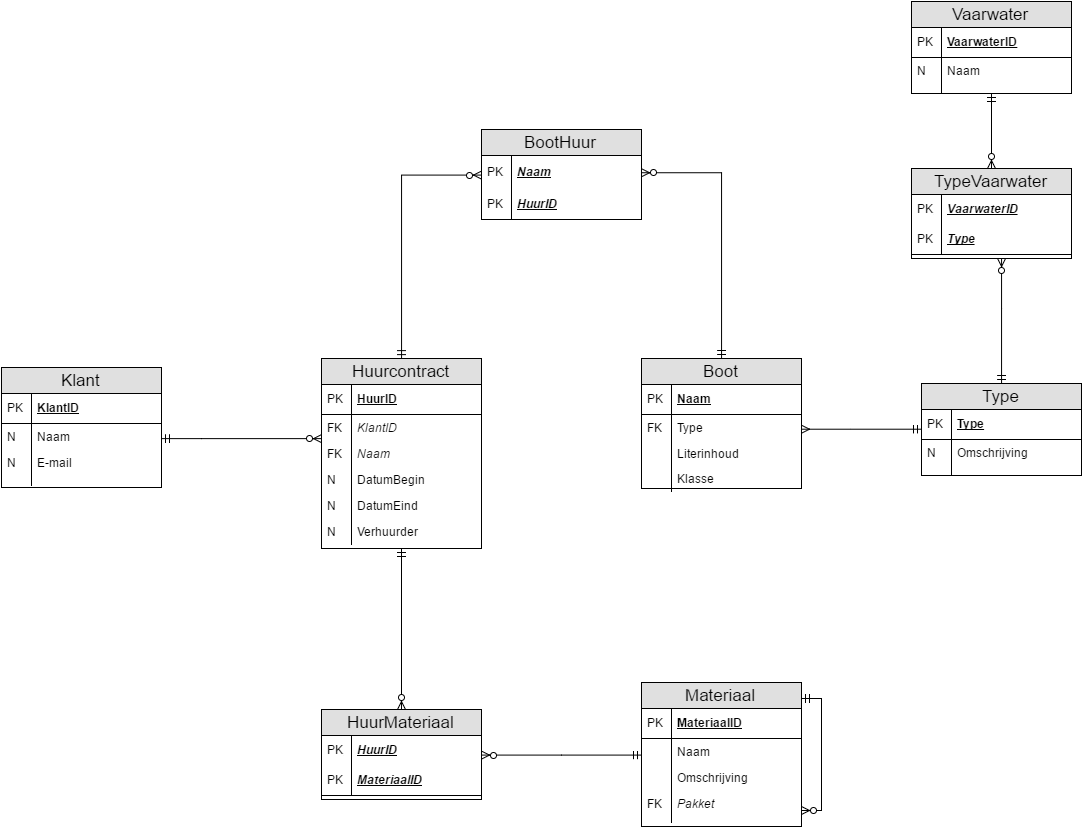
Earlier version of the draw.io export Documentatie/Database model 't Sloepke.png (FireRageNL/LivePerformance). Source tidied: cells renumbered, new cells last; positions are measured from the earlier drawing's top-left corner, leaving out a move shared by most shapes.
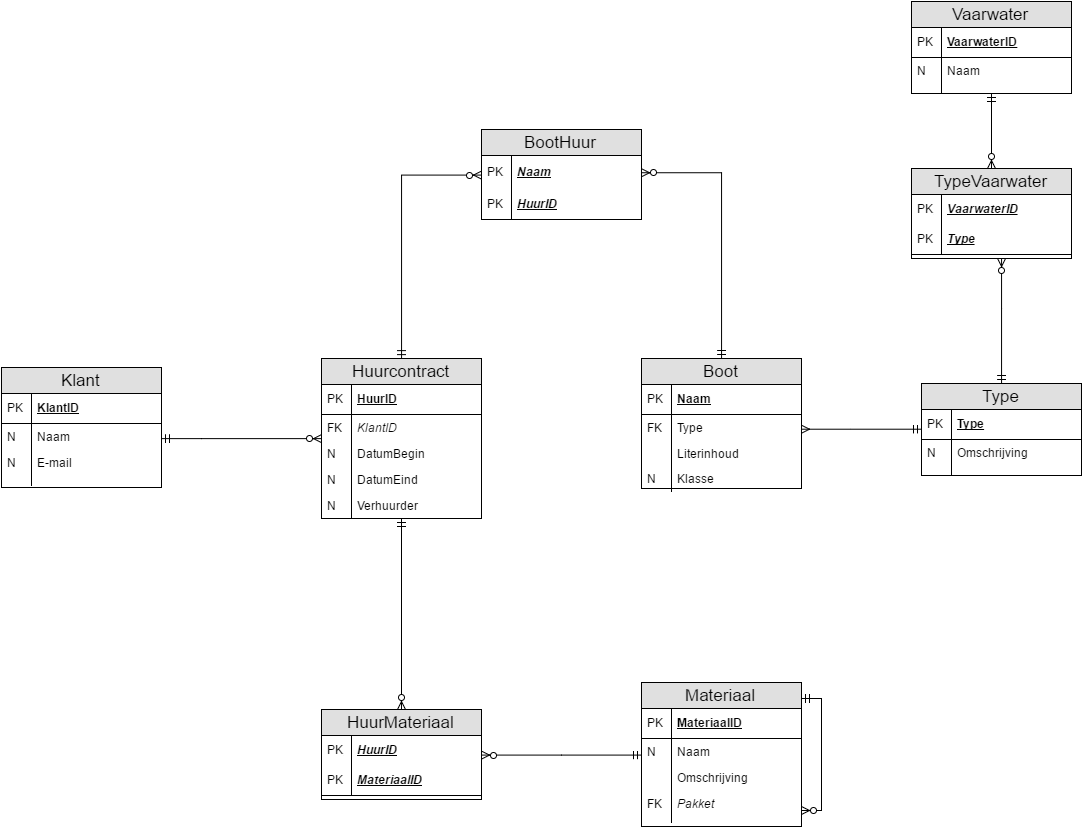
The same diagram one commit later.

Commit message:
Kleine aanpassing aan database model en create script van bootverhuur af.

What changed in the source:
```diff
@@ -38,7 +38,7 @@
       <mxGeometry width="30" height="10" as="geometry" />
     </mxCell>
     <mxCell id="12" value="Huurcontract" style="swimlane;html=1;fontStyle=0;horizontal=1;startSize=26;fillColor=#e0e0e0;swimlaneFillColor=#ffffff;align=center;fontSize=17;" parent="1" vertex="1">
-      <mxGeometry x="320" y="357" width="160" height="190" as="geometry" />
+      <mxGeometry x="320" y="357" width="160" height="160" as="geometry" />
     </mxCell>
     <mxCell id="13" value="HuurID" style="shape=partialRectangle;top=0;left=0;right=0;bottom=1;html=1;align=left;verticalAlign=middle;fillColor=none;spacingLeft=34;spacingRight=4;whiteSpace=wrap;overflow=hidden;fontStyle=5;" parent="12" vertex="1">
       <mxGeometry y="26" width="160" height="30" as="geometry" />
@@ -52,24 +52,24 @@
     <mxCell id="16" value="FK" style="shape=partialRectangle;top=0;left=0;bottom=0;html=1;fillColor=none;align=left;verticalAlign=top;spacingLeft=4;spacingRight=4;whiteSpace=wrap;overflow=hidden;" parent="15" vertex="1">
       <mxGeometry width="30" height="26" as="geometry" />
     </mxCell>
-    <mxCell id="17" value="&lt;i&gt;Naam&lt;/i&gt;" style="shape=partialRectangle;top=0;left=0;right=0;bottom=0;html=1;align=left;verticalAlign=top;fillColor=none;spacingLeft=34;spacingRight=4;whiteSpace=wrap;overflow=hidden;" parent="12" vertex="1">
-      <mxGeometry y="82" width="160" height="26" as="geometry" />
-    </mxCell>
-    <mxCell id="18" value="FK" style="shape=partialRectangle;top=0;left=0;bottom=0;html=1;fillColor=none;align=left;verticalAlign=top;spacingLeft=4;spacingRight=4;whiteSpace=wrap;overflow=hidden;" parent="17" vertex="1">
-      <mxGeometry width="30" height="26" as="geometry" />
-    </mxCell>
     <mxCell id="19" value="DatumBegin" style="shape=partialRectangle;top=0;left=0;right=0;bottom=0;html=1;align=left;verticalAlign=top;fillColor=none;spacingLeft=34;spacingRight=4;whiteSpace=wrap;overflow=hidden;" parent="12" vertex="1">
-      <mxGeometry y="108" width="160" height="26" as="geometry" />
+      <mxGeometry y="82" width="160" height="26" as="geometry" />
     </mxCell>
     <mxCell id="20" value="N" style="shape=partialRectangle;top=0;left=0;bottom=0;html=1;fillColor=none;align=left;verticalAlign=top;spacingLeft=4;spacingRight=4;whiteSpace=wrap;overflow=hidden;" parent="19" vertex="1">
       <mxGeometry width="30" height="26" as="geometry" />
     </mxCell>
     <mxCell id="21" value="DatumEind" style="shape=partialRectangle;top=0;left=0;right=0;bottom=0;html=1;align=left;verticalAlign=top;fillColor=none;spacingLeft=34;spacingRight=4;whiteSpace=wrap;overflow=hidden;" parent="12" vertex="1">
-      <mxGeometry y="134" width="160" height="26" as="geometry" />
+      <mxGeometry y="108" width="160" height="26" as="geometry" />
     </mxCell>
     <mxCell id="22" value="N" style="shape=partialRectangle;top=0;left=0;bottom=0;html=1;fillColor=none;align=left;verticalAlign=top;spacingLeft=4;spacingRight=4;whiteSpace=wrap;overflow=hidden;" parent="21" vertex="1">
       <mxGeometry width="30" height="26" as="geometry" />
     </mxCell>
+    <mxCell id="76" value="Verhuurder" style="shape=partialRectangle;top=0;left=0;right=0;bottom=0;html=1;align=left;verticalAlign=top;fillColor=none;spacingLeft=34;spacingRight=4;whiteSpace=wrap;overflow=hidden;" parent="12" vertex="1">
+      <mxGeometry y="134" width="160" height="26" as="geometry" />
+    </mxCell>
+    <mxCell id="77" value="N" style="shape=partialRectangle;top=0;left=0;bottom=0;html=1;fillColor=none;align=left;verticalAlign=top;spacingLeft=4;spacingRight=4;whiteSpace=wrap;overflow=hidden;" parent="76" vertex="1">
+      <mxGeometry width="30" height="26" as="geometry" />
+    </mxCell>
     <mxCell id="23" style="edgeStyle=orthogonalEdgeStyle;rounded=0;html=1;entryX=1;entryY=0.5;startArrow=ERmandOne;startFill=0;endArrow=ERzeroToMany;endFill=1;jettySize=auto;strokeColor=#000000;fontSize=17;" parent="1" edge="1" source="24" target="72">
       <mxGeometry relative="1" as="geometry" />
     </mxCell>
@@ -160,7 +160,7 @@
     <mxCell id="49" value="Naam" style="shape=partialRectangle;top=0;left=0;right=0;bottom=0;html=1;align=left;verticalAlign=top;fillColor=none;spacingLeft=34;spacingRight=4;whiteSpace=wrap;overflow=hidden;" parent="46" vertex="1">
       <mxGeometry y="56" width="160" height="26" as="geometry" />
     </mxCell>
-    <mxCell id="50" style="shape=partialRectangle;top=0;left=0;bottom=0;html=1;fillColor=none;align=left;verticalAlign=top;spacingLeft=4;spacingRight=4;whiteSpace=wrap;overflow=hidden;" parent="49" vertex="1">
+    <mxCell id="50" value="N" style="shape=partialRectangle;top=0;left=0;bottom=0;html=1;fillColor=none;align=left;verticalAlign=top;spacingLeft=4;spacingRight=4;whiteSpace=wrap;overflow=hidden;" parent="49" vertex="1">
       <mxGeometry width="30" height="26" as="geometry" />
     </mxCell>
     <mxCell id="51" value="Omschrijving" style="shape=partialRectangle;top=0;left=0;right=0;bottom=0;html=1;align=left;verticalAlign=top;fillColor=none;spacingLeft=34;spacingRight=4;whiteSpace=wrap;overflow=hidden;" parent="46" vertex="1">
@@ -251,16 +251,10 @@
     <mxCell id="75" value="PK" style="shape=partialRectangle;top=0;left=0;bottom=0;html=1;fillColor=none;align=left;verticalAlign=middle;spacingLeft=4;spacingRight=4;whiteSpace=wrap;overflow=hidden;" parent="74" vertex="1">
       <mxGeometry width="30" height="30" as="geometry" />
     </mxCell>
-    <mxCell id="76" value="Verhuurder" style="shape=partialRectangle;top=0;left=0;right=0;bottom=0;html=1;align=left;verticalAlign=top;fillColor=none;spacingLeft=34;spacingRight=4;whiteSpace=wrap;overflow=hidden;" parent="1" vertex="1">
-      <mxGeometry x="320" y="517" width="160" height="26" as="geometry" />
-    </mxCell>
-    <mxCell id="77" value="N" style="shape=partialRectangle;top=0;left=0;bottom=0;html=1;fillColor=none;align=left;verticalAlign=top;spacingLeft=4;spacingRight=4;whiteSpace=wrap;overflow=hidden;" parent="76" vertex="1">
-      <mxGeometry width="30" height="26" as="geometry" />
-    </mxCell>
     <mxCell id="78" value="Klasse" style="shape=partialRectangle;top=0;left=0;right=0;bottom=0;html=1;align=left;verticalAlign=top;fillColor=none;spacingLeft=34;spacingRight=4;whiteSpace=wrap;overflow=hidden;" parent="1" vertex="1">
       <mxGeometry x="640" y="464" width="160" height="26" as="geometry" />
     </mxCell>
-    <mxCell id="79" style="shape=partialRectangle;top=0;left=0;bottom=0;html=1;fillColor=none;align=left;verticalAlign=top;spacingLeft=4;spacingRight=4;whiteSpace=wrap;overflow=hidden;" parent="78" vertex="1">
+    <mxCell id="79" value="N" style="shape=partialRectangle;top=0;left=0;bottom=0;html=1;fillColor=none;align=left;verticalAlign=top;spacingLeft=4;spacingRight=4;whiteSpace=wrap;overflow=hidden;" parent="78" vertex="1">
       <mxGeometry width="30" height="26" as="geometry" />
     </mxCell>
   </root>
```
